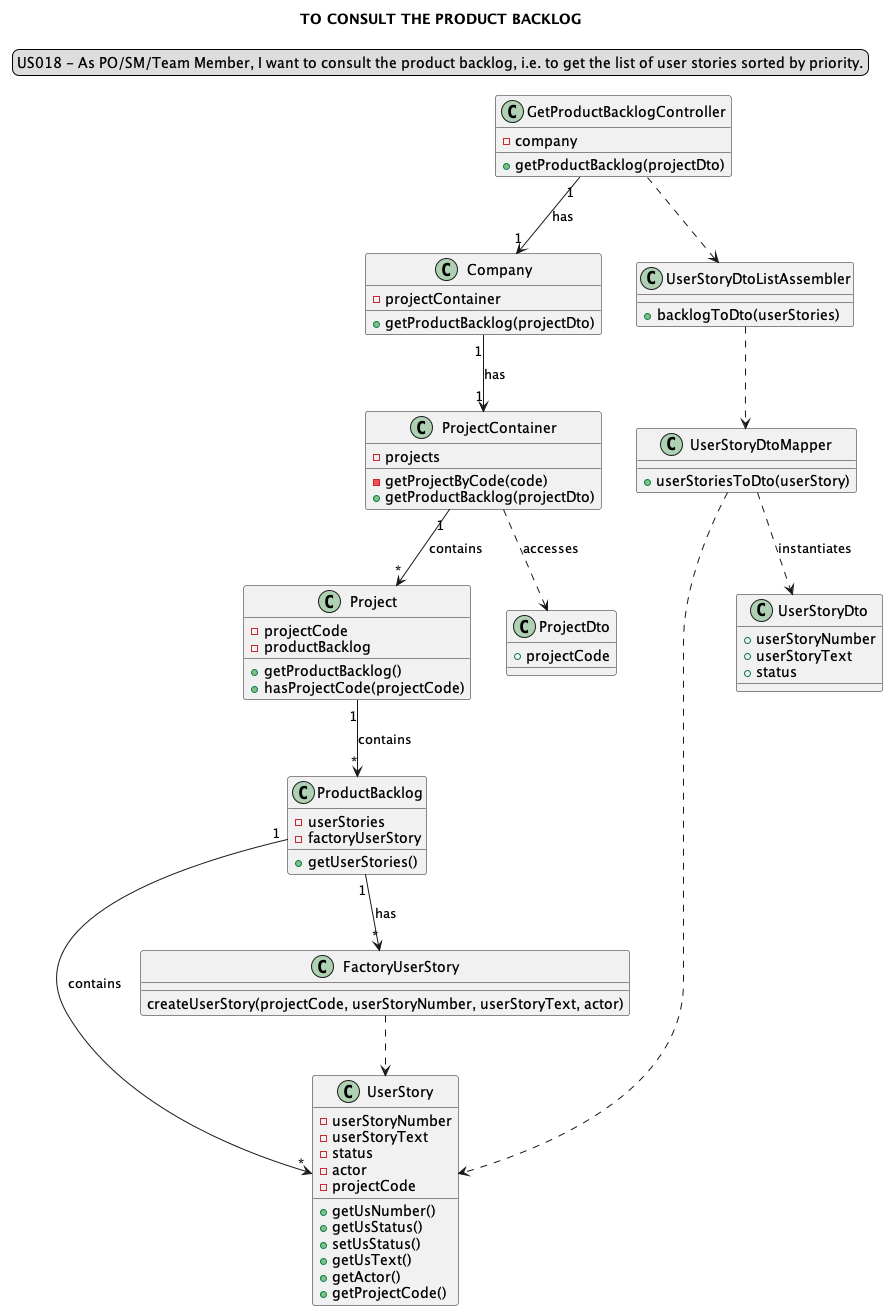
This is docs/modelling_design/user_stories/sprint03/us018/US018_ClassDiagram-TO_CONSULT_THE_PRODUCT_BACKLOG.png from Loracline/project_switch_22-23, a PlantUML export, as it was before one commit.
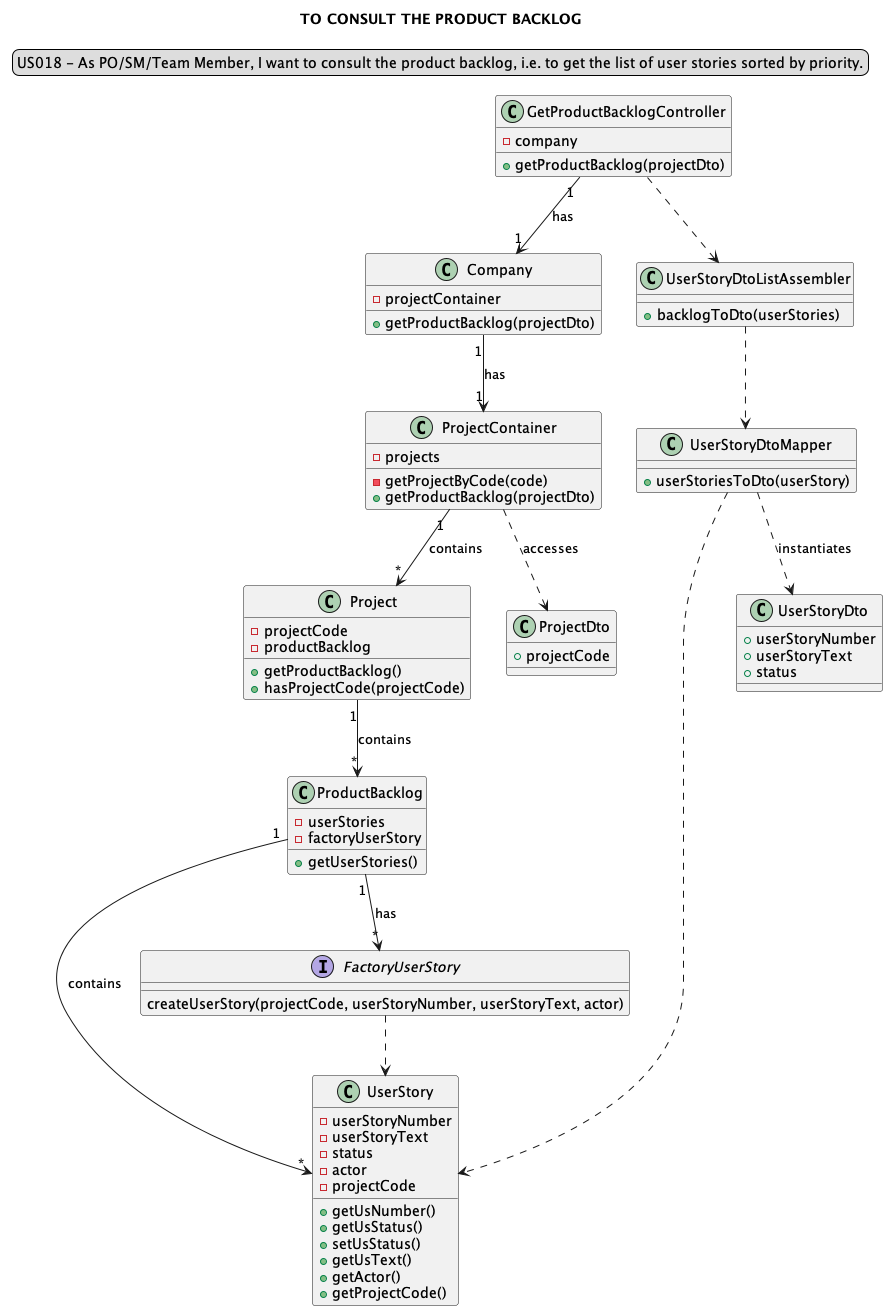
The same diagram one commit later.

Commit message:
US018: Design: Updated the CD of US018 (puml and png file). Added Factory Interface. addresses #5

The edit, as a diff of the source:
```diff
@@ -49,7 +49,7 @@
 +getProjectCode()
 }
 
-class "FactoryUserStory"{
+interface "FactoryUserStory"{
 createUserStory(projectCode, userStoryNumber, userStoryText, actor)
 }
 
```
